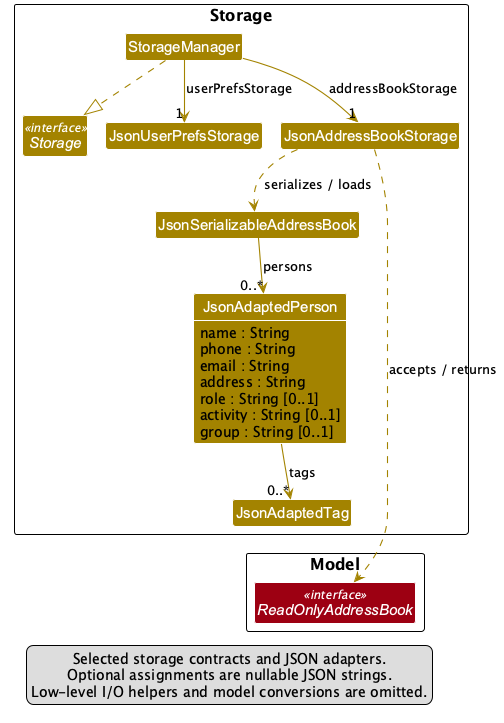
AY2627S1-CS2103T-W13-2/tp keeps this PlantUML diagram as docs/images/StorageClassDiagram.png. Above is the earlier version. Source of this version:
```plantuml
@startuml
!include style.puml
!pragma layout smetana
skinparam arrowThickness 1.1
skinparam arrowColor STORAGE_COLOR
skinparam classBackgroundColor STORAGE_COLOR
skinparam ArrowFontStyle plain

package Storage as StoragePackage {
    interface Storage <<interface>>
    class StorageManager
    class JsonUserPrefsStorage
    class JsonAddressBookStorage
    class JsonSerializableAddressBook
    class JsonAdaptedPerson {
        name : String
        phone : String
        email : String
        address : String
        role : String [0..1]
        activity : String [0..1]
        group : String [0..1]
    }
    class JsonAdaptedTag
}

package Model as ModelPackage {
    interface ReadOnlyAddressBook <<interface>> MODEL_COLOR
}

StorageManager ..|> Storage
StorageManager --> "1" JsonUserPrefsStorage : userPrefsStorage
StorageManager --> "1" JsonAddressBookStorage : addressBookStorage

JsonAddressBookStorage ..> JsonSerializableAddressBook : serializes / loads
JsonAddressBookStorage ..> ReadOnlyAddressBook : accepts / returns
JsonSerializableAddressBook --> "0..*" JsonAdaptedPerson : persons
JsonAdaptedPerson --> "0..*" JsonAdaptedTag : tags
JsonAdaptedTag -[hidden]down-> ReadOnlyAddressBook

show JsonAdaptedPerson fields

legend bottom
  Selected storage contracts and JSON adapters.
  Optional assignments are nullable JSON strings.
  Low-level I/O helpers and model conversions are omitted.
endlegend

@enduml
```
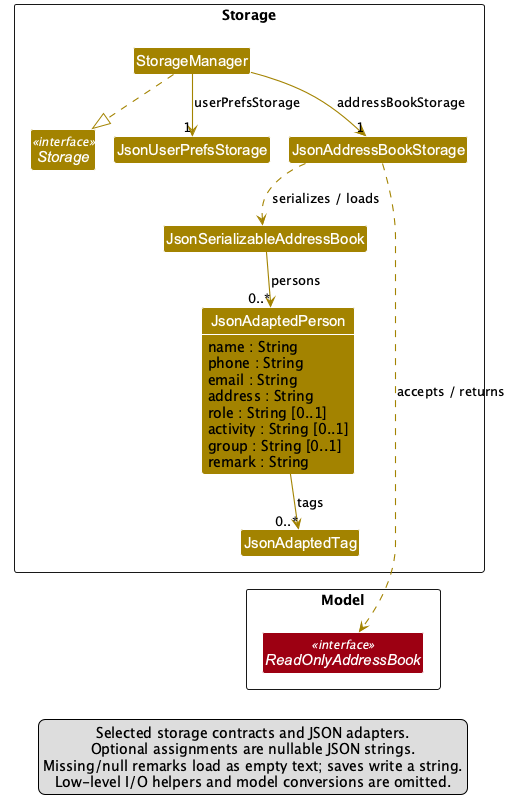
After the change.

Commit message:
Document backward-compatible remark persistence

The edit, as a diff of the source:
```diff
@@ -20,6 +20,7 @@
         role : String [0..1]
         activity : String [0..1]
         group : String [0..1]
+        remark : String
     }
     class JsonAdaptedTag
 }
@@ -43,6 +44,7 @@
 legend bottom
   Selected storage contracts and JSON adapters.
   Optional assignments are nullable JSON strings.
+  Missing/null remarks load as empty text; saves write a string.
   Low-level I/O helpers and model conversions are omitted.
 endlegend
 
```
